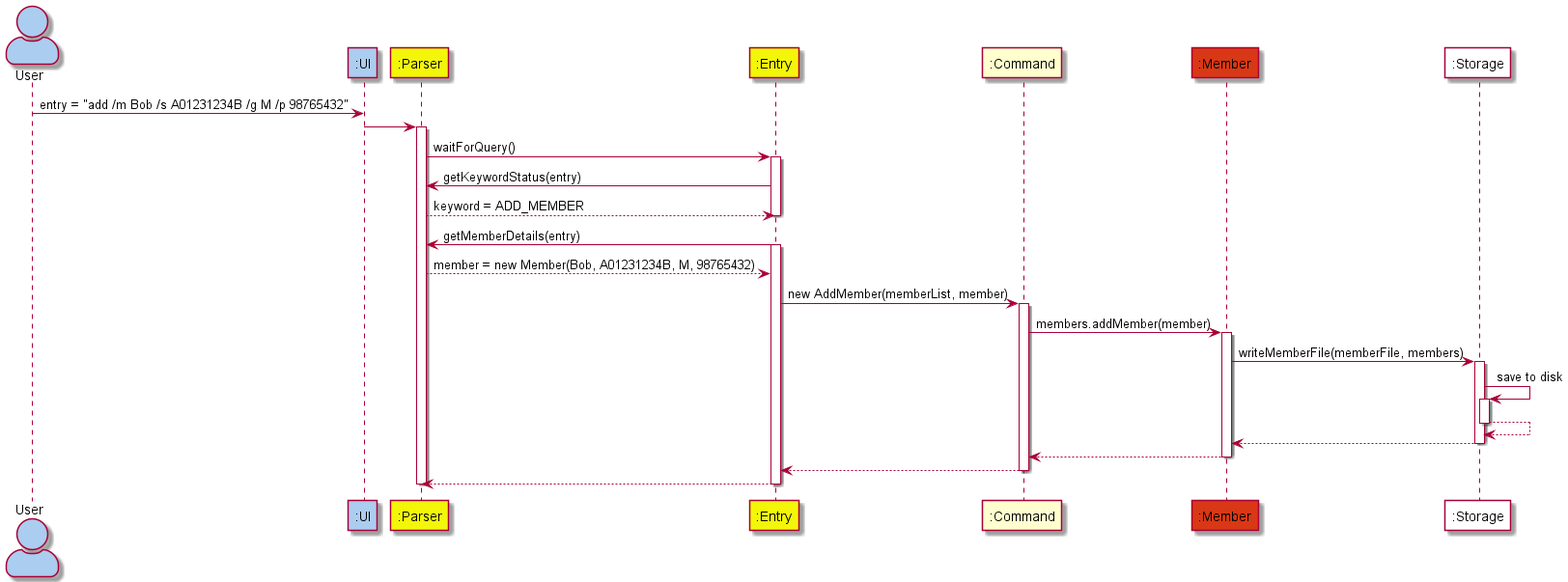
The PlantUML diagram docs/images/ArchitectureSequence.png in nus-cs2113-AY2122S1/tp, before a commit.
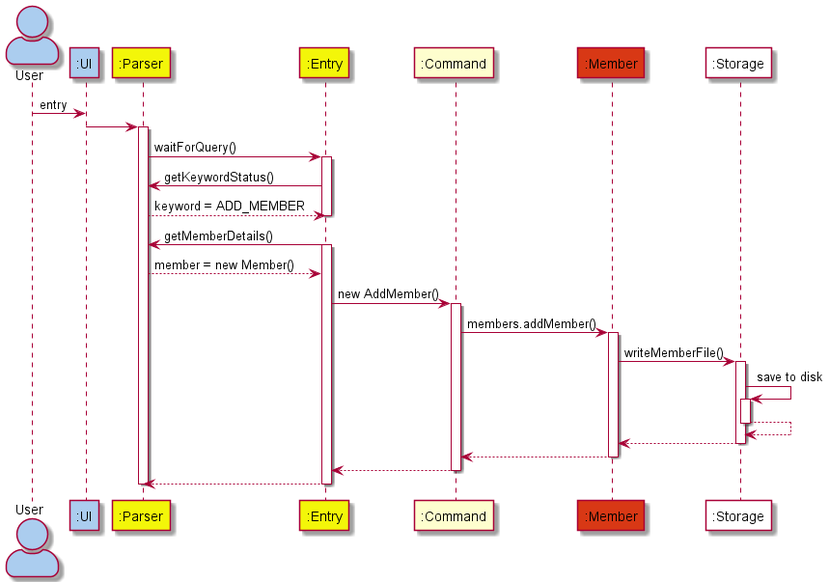
Later version of the same file.

Change to the diagram source:
```diff
@@ -8,7 +8,7 @@
 Participant ":Member" as member #d83815
 Participant ":Storage" as storage #ffffff
 
-user -> ui : entry = "add /m Bob /s A01231234B /g M /p 98765432"
+user -> ui : entry
 
 ui -> parser
 activate parser
@@ -16,22 +16,22 @@
 parser -> entry : waitForQuery()
 activate entry
 
-entry -> parser : getKeywordStatus(entry)
+entry -> parser : getKeywordStatus()
 
 parser --> entry : keyword = ADD_MEMBER
 deactivate entry
 
-entry -> parser : getMemberDetails(entry)
+entry -> parser : getMemberDetails()
 activate entry
-parser --> entry : member = new Member(Bob, A01231234B, M, 98765432)
+parser --> entry : member = new Member()
 
-entry -> command : new AddMember(memberList, member)
+entry -> command : new AddMember()
 activate command
 
-command -> member : members.addMember(member)
+command -> member : members.addMember()
 activate member
 
-member -> storage : writeMemberFile(memberFile, members)
+member -> storage : writeMemberFile()
 activate storage
 
 storage -> storage : save to disk
```
